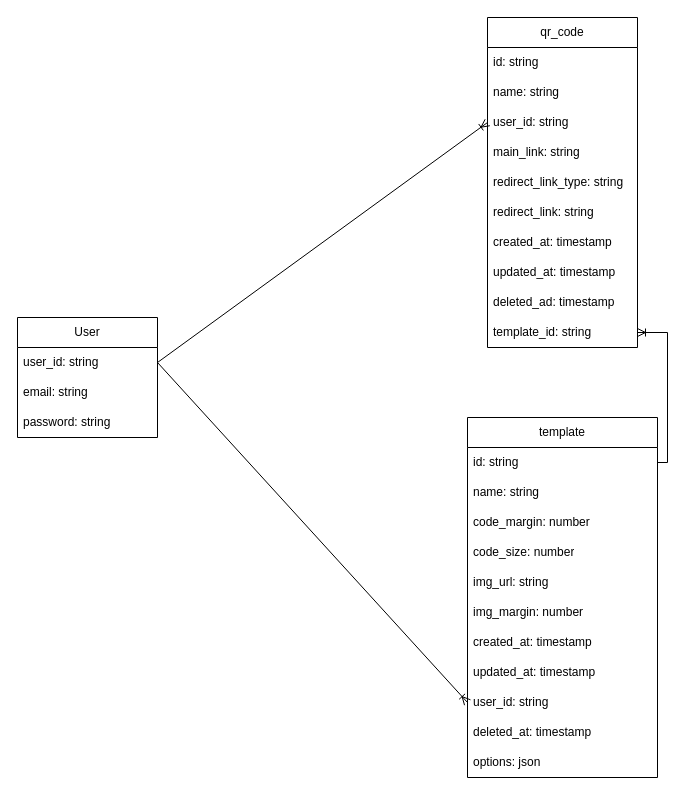
This is Диаграмма без названия.drawio from KlimBirukov/diagrams, a draw.io file, before an edit. Source tidied: cells renumbered, new cells numbered last; positions are measured from the earlier drawing's top-left corner, leaving out a move shared by most shapes. Both pictures are drawn from the tidied source at 100%, with x=0, y=0 at pixel (17, 17).
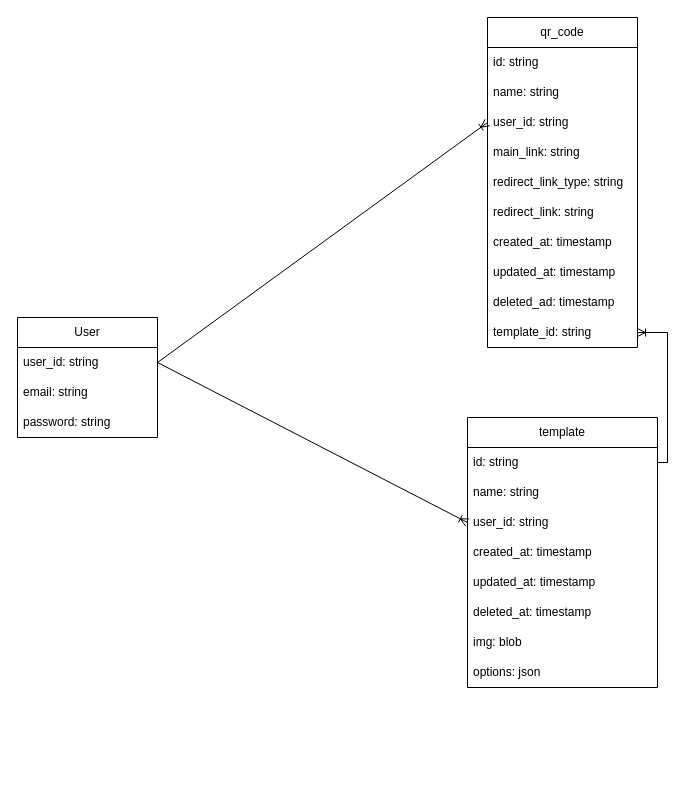
The same page after the edit.

The edit, as a diff of the source:
```diff
@@
     <mxCell id="13" value="template" style="swimlane;fontStyle=0;horizontal=1;startSize=30;whiteSpace=wrap;html=1;" parent="1" vertex="1">
-      <mxGeometry x="450" y="400" width="190" height="360" as="geometry" />
+      <mxGeometry x="450" y="400" width="190" height="270" as="geometry" />
     </mxCell>
@@
-    <mxCell id="16" value="code_margin: number" style="text;strokeColor=none;fillColor=none;align=left;verticalAlign=middle;spacingLeft=4;spacingRight=4;overflow=hidden;whiteSpace=wrap;html=1;" parent="13" vertex="1">
-      <mxGeometry y="90" width="190" height="30" as="geometry" />
-    </mxCell>
-    <mxCell id="17" value="code_size: number" style="text;strokeColor=none;fillColor=none;align=left;verticalAlign=middle;spacingLeft=4;spacingRight=4;overflow=hidden;whiteSpace=wrap;html=1;" parent="13" vertex="1">
-      <mxGeometry y="120" width="190" height="30" as="geometry" />
-    </mxCell>
-    <mxCell id="18" value="img_url: string" style="text;strokeColor=none;fillColor=none;align=left;verticalAlign=middle;spacingLeft=4;spacingRight=4;overflow=hidden;whiteSpace=wrap;html=1;" parent="13" vertex="1">
-      <mxGeometry y="150" width="190" height="30" as="geometry" />
-    </mxCell>
-    <mxCell id="19" value="img_margin: number" style="text;strokeColor=none;fillColor=none;align=left;verticalAlign=middle;spacingLeft=4;spacingRight=4;overflow=hidden;whiteSpace=wrap;html=1;" parent="13" vertex="1">
-      <mxGeometry y="180" width="190" height="30" as="geometry" />
-    </mxCell>
+    <mxCell id="22" value="user_id: string" style="text;strokeColor=none;fillColor=none;align=left;verticalAlign=middle;spacingLeft=4;spacingRight=4;overflow=hidden;points=[[0,0.5],[1,0.5]];portConstraint=eastwest;whiteSpace=wrap;html=1;" parent="13" vertex="1">
+      <mxGeometry y="90" width="190" height="30" as="geometry" />
+    </mxCell>
     <mxCell id="20" value="created_at: timestamp" style="text;strokeColor=none;fillColor=none;align=left;verticalAlign=middle;spacingLeft=4;spacingRight=4;overflow=hidden;whiteSpace=wrap;html=1;" parent="13" vertex="1">
-      <mxGeometry y="210" width="190" height="30" as="geometry" />
+      <mxGeometry y="120" width="190" height="30" as="geometry" />
     </mxCell>
     <mxCell id="21" value="updated_at: timestamp" style="text;strokeColor=none;fillColor=none;align=left;verticalAlign=middle;spacingLeft=4;spacingRight=4;overflow=hidden;whiteSpace=wrap;html=1;" parent="13" vertex="1">
-      <mxGeometry y="240" width="190" height="30" as="geometry" />
+      <mxGeometry y="150" width="190" height="30" as="geometry" />
     </mxCell>
-    <mxCell id="22" value="user_id: string" style="text;strokeColor=none;fillColor=none;align=left;verticalAlign=middle;spacingLeft=4;spacingRight=4;overflow=hidden;points=[[0,0.5],[1,0.5]];portConstraint=eastwest;whiteSpace=wrap;html=1;" parent="13" vertex="1">
-      <mxGeometry y="270" width="190" height="30" as="geometry" />
-    </mxCell>
     <mxCell id="23" value="deleted_at: timestamp" style="text;strokeColor=none;fillColor=none;align=left;verticalAlign=middle;spacingLeft=4;spacingRight=4;overflow=hidden;whiteSpace=wrap;html=1;" parent="13" vertex="1">
-      <mxGeometry y="300" width="190" height="30" as="geometry" />
+      <mxGeometry y="180" width="190" height="30" as="geometry" />
     </mxCell>
+    <mxCell id="18" value="img: blob" style="text;strokeColor=none;fillColor=none;align=left;verticalAlign=middle;spacingLeft=4;spacingRight=4;overflow=hidden;whiteSpace=wrap;html=1;" parent="13" vertex="1">
+      <mxGeometry y="210" width="190" height="30" as="geometry" />
+    </mxCell>
     <mxCell id="24" value="options: json" style="text;strokeColor=none;fillColor=none;align=left;verticalAlign=middle;spacingLeft=4;spacingRight=4;overflow=hidden;whiteSpace=wrap;html=1;" parent="13" vertex="1">
-      <mxGeometry y="330" width="190" height="30" as="geometry" />
+      <mxGeometry y="240" width="190" height="30" as="geometry" />
     </mxCell>
```
